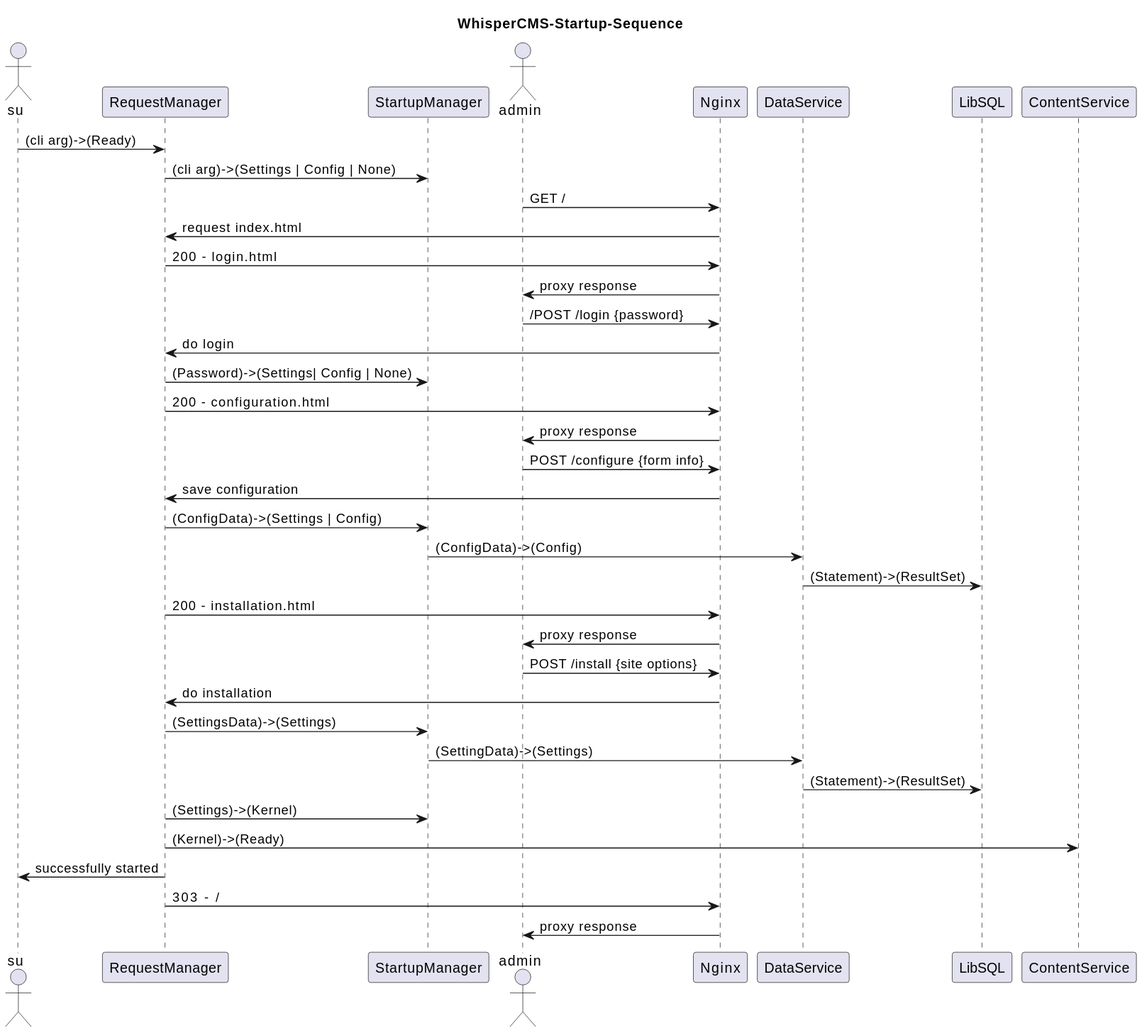
Earlier version of the PlantUML export docs/diagrams/UML-WhisperCMS-Startup-Sequence.svg (CoderByBlood/whisper-cms).
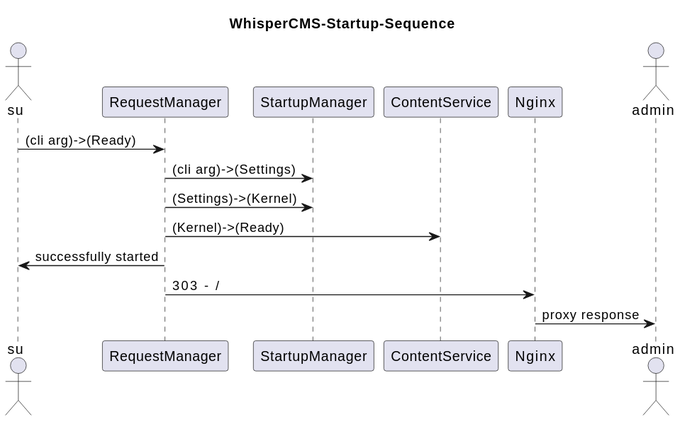
The same diagram one commit later.

Diff of the diagram source:
```diff
@@ -4,35 +4,12 @@
 actor "su" as 2
 participant "RequestManager" as 11
 participant "StartupManager" as 10
+participant "ContentService" as 8
+participant "Nginx" as 39
 actor "admin" as 1
-participant "Nginx" as 39
-participant "DataService" as 9
-participant "LibSQL" as 47
-participant "ContentService" as 8
 
 2 -> 11 : (cli arg)->(Ready)
-11 -> 10 : (cli arg)->(Settings | Config | None)
-1 -> 39 : GET /
-39 -> 11 : request index.html
-11 -> 39 : 200 - login.html
-39 -> 1 : proxy response
-1 -> 39 : /POST /login {password}
-39 -> 11 : do login
-11 -> 10 : (Password)->(Settings| Config | None)
-11 -> 39 : 200 - configuration.html
-39 -> 1 : proxy response
-1 -> 39 : POST /configure {form info}
-39 -> 11 : save configuration
-11 -> 10 : (ConfigData)->(Settings | Config)
-10 -> 9 : (ConfigData)->(Config)
-9 -> 47 : (Statement)->(ResultSet)
-11 -> 39 : 200 - installation.html
-39 -> 1 : proxy response
-1 -> 39 : POST /install {site options}
-39 -> 11 : do installation
-11 -> 10 : (SettingsData)->(Settings)
-10 -> 9 : (SettingData)->(Settings)
-9 -> 47 : (Statement)->(ResultSet)
+11 -> 10 : (cli arg)->(Settings)
 11 -> 10 : (Settings)->(Kernel)
 11 -> 8 : (Kernel)->(Ready)
 11 -> 2 : successfully started
```
